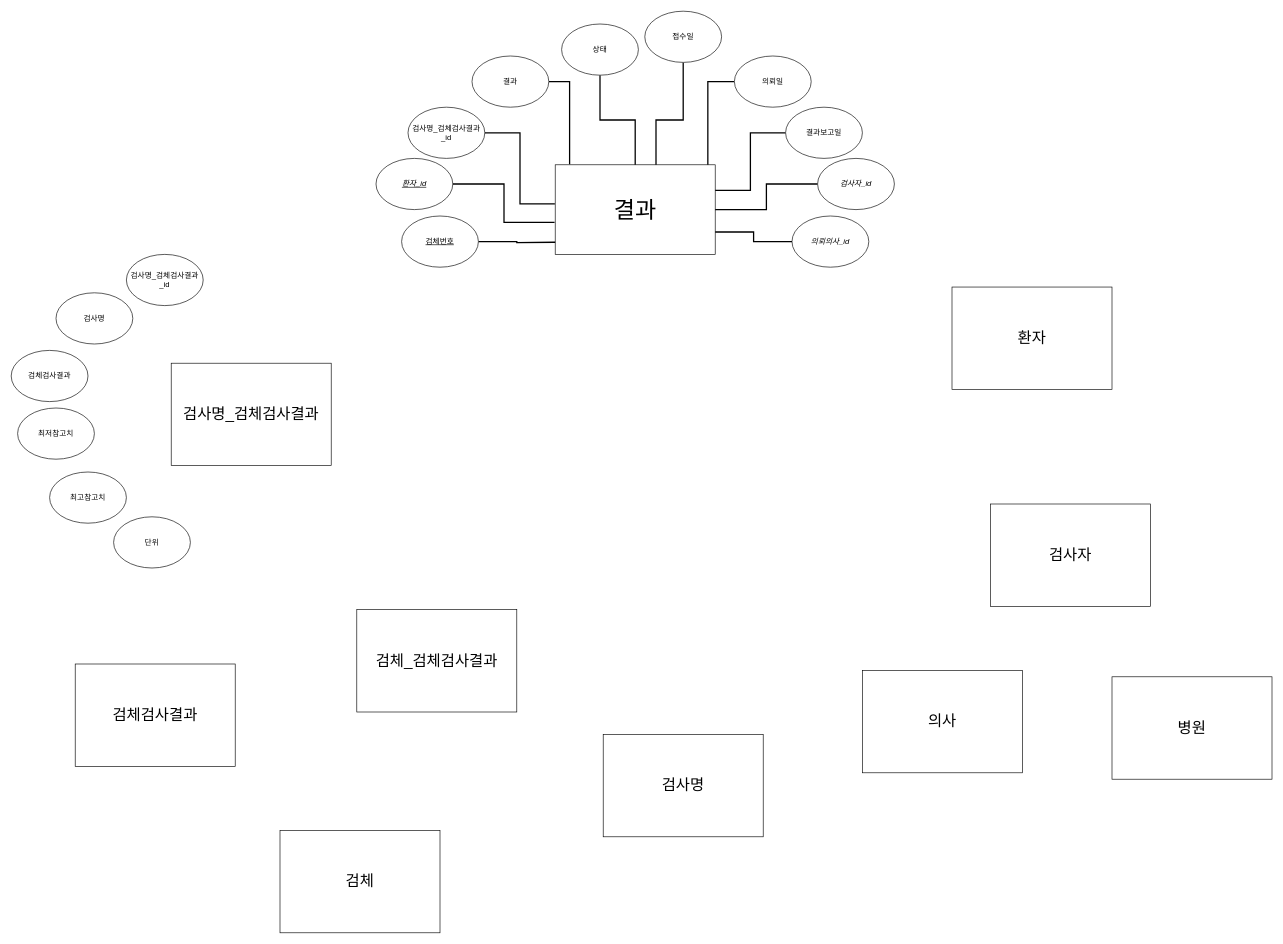
Above: file/20210613_의무기록 ERD모델링.drawio in surim-wang/MNIST (draw.io), before the change. Source tidied: cells renumbered, new cells numbered last; positions are measured from the earlier drawing's top-left corner, leaving out a move shared by most shapes. Both pictures are drawn from the tidied source at 64%, with x=0, y=0 at pixel (11, 11).
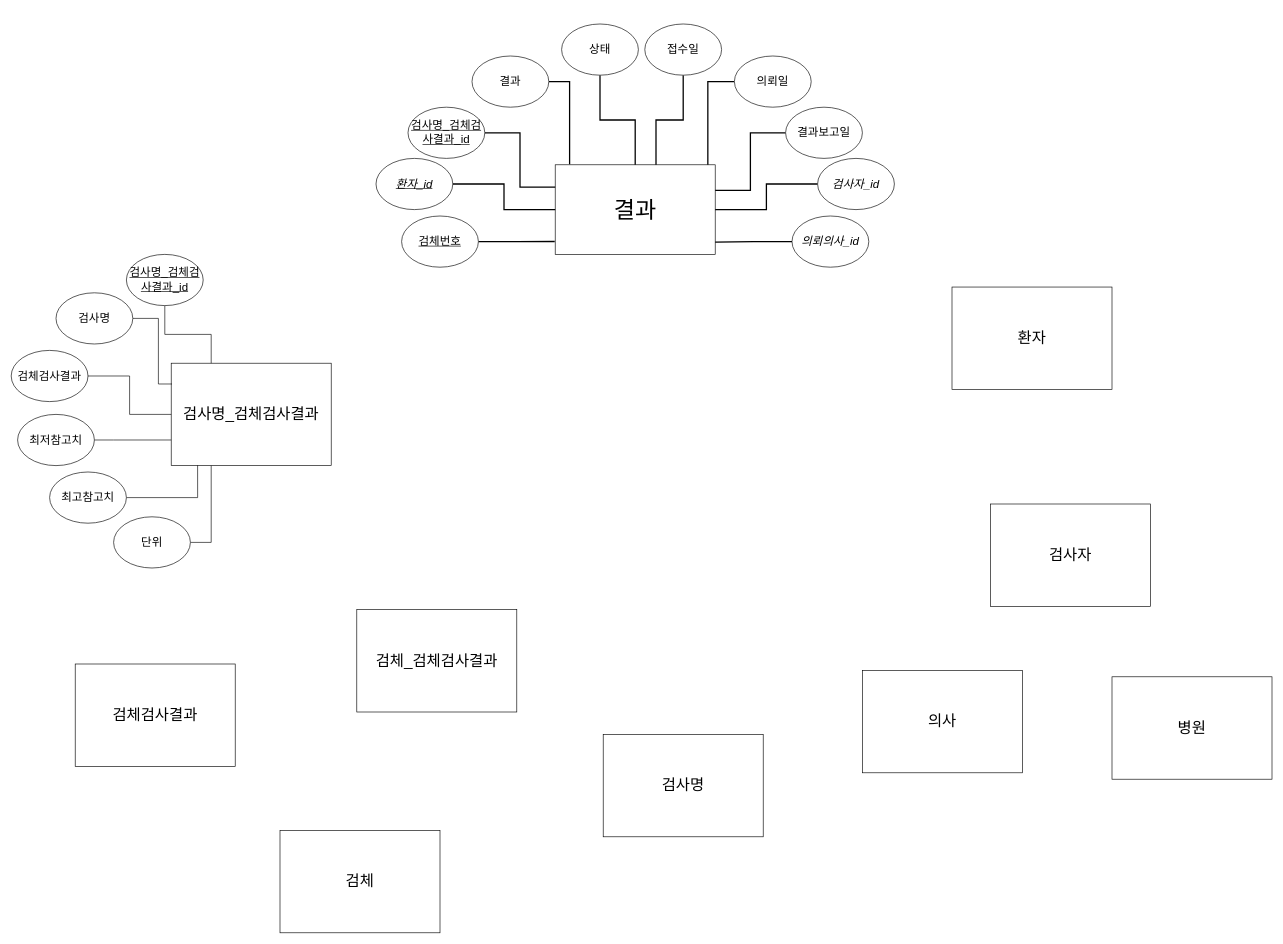
After the change.

Commit message:
Update 20210613_의무기록 ERD모델링.drawio

The change refers to these unchanged cells:
```xml
<mxCell id="2" value="&lt;font style=&quot;font-size: 36px&quot;&gt;결과&lt;/font&gt;" style="rounded=0;whiteSpace=wrap;html=1;" parent="1" vertex="1">
  <mxGeometry x="850" y="240" width="250" height="140" as="geometry" />
</mxCell>
<mxCell id="23" value="&lt;font style=&quot;font-size: 24px&quot;&gt;검사명_검체검사결과&lt;/font&gt;" style="rounded=0;whiteSpace=wrap;html=1;" parent="1" vertex="1">
  <mxGeometry x="250" y="550" width="250" height="160" as="geometry" />
</mxCell>
```

Change to the diagram source:
```diff
@@
-    <mxCell id="3" style="edgeStyle=orthogonalEdgeStyle;rounded=0;jettySize=auto;html=1;entryX=1;entryY=0.5;entryDx=0;entryDy=0;endArrow=none;endFill=0;strokeWidth=2;" parent="1" edge="1" source="4" target="2">
+    <mxCell id="3" style="edgeStyle=orthogonalEdgeStyle;rounded=0;jettySize=auto;html=1;endArrow=none;endFill=0;strokeWidth=2;entryX=1;entryY=0.5;entryDx=0;entryDy=0;" parent="1" edge="1" source="4" target="2">
       <mxGeometry relative="1" as="geometry" />
     </mxCell>
-    <mxCell id="4" value="&lt;i&gt;검사자_id&lt;/i&gt;" style="ellipse;whiteSpace=wrap;html=1;" parent="1" vertex="1">
+    <mxCell id="4" value="&lt;i style=&quot;font-size: 18px;&quot;&gt;검사자_id&lt;/i&gt;" style="ellipse;whiteSpace=wrap;html=1;fontSize=18;" parent="1" vertex="1">
       <mxGeometry x="1260" y="230" width="120" height="80" as="geometry" />
     </mxCell>
-    <mxCell id="5" style="edgeStyle=orthogonalEdgeStyle;rounded=0;jettySize=auto;html=1;endArrow=none;endFill=0;strokeWidth=2;entryX=1;entryY=0.75;entryDx=0;entryDy=0;" parent="1" edge="1" source="6" target="2">
+    <mxCell id="5" style="edgeStyle=orthogonalEdgeStyle;rounded=0;jettySize=auto;html=1;endArrow=none;endFill=0;strokeWidth=2;entryX=1;entryY=0.863;entryDx=0;entryDy=0;entryPerimeter=0;" parent="1" edge="1" source="6" target="2">
       <mxGeometry relative="1" as="geometry" />
     </mxCell>
-    <mxCell id="6" value="&lt;i&gt;의뢰의사_id&lt;/i&gt;" style="ellipse;whiteSpace=wrap;html=1;" parent="1" vertex="1">
+    <mxCell id="6" value="&lt;i style=&quot;font-size: 18px;&quot;&gt;의뢰의사_id&lt;/i&gt;" style="ellipse;whiteSpace=wrap;html=1;fontSize=18;" parent="1" vertex="1">
       <mxGeometry x="1220" y="320" width="120" height="80" as="geometry" />
     </mxCell>
@@
-    <mxCell id="8" value="결과보고일" style="ellipse;whiteSpace=wrap;html=1;" parent="1" vertex="1">
+    <mxCell id="8" value="결과보고일" style="ellipse;whiteSpace=wrap;html=1;fontSize=18;" parent="1" vertex="1">
       <mxGeometry x="1210" y="150" width="120" height="80" as="geometry" />
     </mxCell>
-    <mxCell id="9" style="edgeStyle=orthogonalEdgeStyle;rounded=0;jettySize=auto;html=1;endArrow=none;endFill=0;strokeWidth=2;entryX=0.954;entryY=0;entryDx=0;entryDy=0;entryPerimeter=0;" parent="1" edge="1" source="10" target="2">
+    <mxCell id="9" style="edgeStyle=orthogonalEdgeStyle;rounded=0;jettySize=auto;html=1;endArrow=none;endFill=0;strokeWidth=2;entryX=0.954;entryY=0;entryDx=0;entryDy=0;entryPerimeter=0;fontSize=18;" parent="1" edge="1" source="10" target="2">
       <mxGeometry relative="1" as="geometry" />
     </mxCell>
-    <mxCell id="10" value="의뢰일" style="ellipse;whiteSpace=wrap;html=1;" parent="1" vertex="1">
+    <mxCell id="10" value="의뢰일" style="ellipse;whiteSpace=wrap;html=1;fontSize=18;" parent="1" vertex="1">
       <mxGeometry x="1130" y="70" width="120" height="80" as="geometry" />
     </mxCell>
-    <mxCell id="11" style="edgeStyle=orthogonalEdgeStyle;rounded=0;jettySize=auto;html=1;entryX=0.63;entryY=0;entryDx=0;entryDy=0;endArrow=none;endFill=0;strokeWidth=2;entryPerimeter=0;" parent="1" edge="1" source="12" target="2">
+    <mxCell id="11" style="edgeStyle=orthogonalEdgeStyle;rounded=0;jettySize=auto;html=1;entryX=0.63;entryY=0;entryDx=0;entryDy=0;endArrow=none;endFill=0;strokeWidth=2;entryPerimeter=0;fontSize=18;" parent="1" edge="1" source="12" target="2">
       <mxGeometry relative="1" as="geometry">
         <Array as="points">
           <mxPoint x="1050" y="170" />
           <mxPoint x="1008" y="170" />
         </Array>
       </mxGeometry>
     </mxCell>
-    <mxCell id="12" value="접수일" style="ellipse;whiteSpace=wrap;html=1;" parent="1" vertex="1">
-      <mxGeometry x="990" width="120" height="80" as="geometry" />
+    <mxCell id="12" value="접수일" style="ellipse;whiteSpace=wrap;html=1;fontSize=18;" parent="1" vertex="1">
+      <mxGeometry x="990" y="20" width="120" height="80" as="geometry" />
     </mxCell>
-    <mxCell id="13" style="edgeStyle=orthogonalEdgeStyle;rounded=0;jettySize=auto;html=1;endArrow=none;endFill=0;strokeWidth=2;" parent="1" edge="1" source="14" target="2">
+    <mxCell id="13" style="edgeStyle=orthogonalEdgeStyle;rounded=0;jettySize=auto;html=1;endArrow=none;endFill=0;strokeWidth=2;fontSize=18;" parent="1" edge="1" source="14" target="2">
       <mxGeometry relative="1" as="geometry" />
     </mxCell>
-    <mxCell id="14" value="상태" style="ellipse;whiteSpace=wrap;html=1;" parent="1" vertex="1">
+    <mxCell id="14" value="상태" style="ellipse;whiteSpace=wrap;html=1;fontSize=18;" parent="1" vertex="1">
       <mxGeometry x="860" y="20" width="120" height="80" as="geometry" />
     </mxCell>
-    <mxCell id="15" style="edgeStyle=orthogonalEdgeStyle;rounded=0;jettySize=auto;html=1;entryX=0.09;entryY=-0.006;entryDx=0;entryDy=0;entryPerimeter=0;endArrow=none;endFill=0;strokeWidth=2;" parent="1" edge="1" source="16" target="2">
+    <mxCell id="15" style="edgeStyle=orthogonalEdgeStyle;rounded=0;jettySize=auto;html=1;entryX=0.09;entryY=-0.006;entryDx=0;entryDy=0;entryPerimeter=0;endArrow=none;endFill=0;strokeWidth=2;fontSize=18;" parent="1" edge="1" source="16" target="2">
       <mxGeometry relative="1" as="geometry" />
     </mxCell>
-    <mxCell id="16" value="결과" style="ellipse;whiteSpace=wrap;html=1;" parent="1" vertex="1">
+    <mxCell id="16" value="결과" style="ellipse;whiteSpace=wrap;html=1;fontSize=18;" parent="1" vertex="1">
       <mxGeometry x="720" y="70" width="120" height="80" as="geometry" />
     </mxCell>
-    <mxCell id="17" style="edgeStyle=orthogonalEdgeStyle;rounded=0;jettySize=auto;html=1;entryX=-0.002;entryY=0.437;entryDx=0;entryDy=0;entryPerimeter=0;endArrow=none;endFill=0;strokeWidth=2;" parent="1" edge="1" source="18" target="2">
+    <mxCell id="17" style="edgeStyle=orthogonalEdgeStyle;rounded=0;jettySize=auto;html=1;endArrow=none;endFill=0;strokeWidth=2;entryX=0;entryY=0.25;entryDx=0;entryDy=0;" parent="1" edge="1" source="18" target="2">
       <mxGeometry relative="1" as="geometry" />
     </mxCell>
-    <mxCell id="18" value="검사명_검체검사결과_id" style="ellipse;whiteSpace=wrap;html=1;" parent="1" vertex="1">
+    <mxCell id="18" value="검사명_검체검사결과_id" style="ellipse;whiteSpace=wrap;html=1;fontSize=18;fontStyle=4;" parent="1" vertex="1">
       <mxGeometry x="620" y="150" width="120" height="80" as="geometry" />
     </mxCell>
-    <mxCell id="19" style="edgeStyle=orthogonalEdgeStyle;rounded=0;jettySize=auto;html=1;entryX=-0.004;entryY=0.643;entryDx=0;entryDy=0;entryPerimeter=0;endArrow=none;endFill=0;strokeWidth=2;" parent="1" edge="1" source="20" target="2">
+    <mxCell id="19" style="edgeStyle=orthogonalEdgeStyle;rounded=0;jettySize=auto;html=1;entryX=0;entryY=0.5;entryDx=0;entryDy=0;endArrow=none;endFill=0;strokeWidth=2;" parent="1" edge="1" source="20" target="2">
       <mxGeometry relative="1" as="geometry" />
     </mxCell>
-    <mxCell id="20" value="&lt;u&gt;&lt;i&gt;환자_id&lt;/i&gt;&lt;/u&gt;" style="ellipse;whiteSpace=wrap;html=1;" parent="1" vertex="1">
+    <mxCell id="20" value="&lt;u style=&quot;font-size: 18px;&quot;&gt;&lt;i style=&quot;font-size: 18px;&quot;&gt;환자_id&lt;/i&gt;&lt;/u&gt;" style="ellipse;whiteSpace=wrap;html=1;fontSize=18;" parent="1" vertex="1">
       <mxGeometry x="570" y="230" width="120" height="80" as="geometry" />
     </mxCell>
-    <mxCell id="21" style="edgeStyle=orthogonalEdgeStyle;rounded=0;jettySize=auto;html=1;endArrow=none;endFill=0;strokeWidth=2;" parent="1" edge="1" source="22">
-      <mxGeometry relative="1" as="geometry">
-        <mxPoint x="850" y="361" as="targetPoint" />
-      </mxGeometry>
+    <mxCell id="21" style="edgeStyle=orthogonalEdgeStyle;rounded=0;jettySize=auto;html=1;endArrow=none;endFill=0;strokeWidth=2;entryX=-0.003;entryY=0.856;entryDx=0;entryDy=0;entryPerimeter=0;" parent="1" edge="1" source="22" target="2">
+      <mxGeometry relative="1" as="geometry" />
     </mxCell>
-    <mxCell id="22" value="&lt;u&gt;검체번호&lt;/u&gt;" style="ellipse;whiteSpace=wrap;html=1;" parent="1" vertex="1">
+    <mxCell id="22" value="&lt;u style=&quot;font-size: 18px;&quot;&gt;검체번호&lt;/u&gt;" style="ellipse;whiteSpace=wrap;html=1;fontSize=18;" parent="1" vertex="1">
       <mxGeometry x="610" y="320" width="120" height="80" as="geometry" />
     </mxCell>
@@
+    <mxCell id="38" style="edgeStyle=orthogonalEdgeStyle;rounded=0;jettySize=auto;html=1;entryX=0.25;entryY=0;entryDx=0;entryDy=0;fontSize=18;endArrow=none;endFill=0;" parent="1" edge="1" source="24" target="23">
+      <mxGeometry relative="1" as="geometry" />
+    </mxCell>
-    <mxCell id="24" value="검사명_검체검사결과_id" style="ellipse;whiteSpace=wrap;html=1;" parent="1" vertex="1">
+    <mxCell id="24" value="검사명_검체검사결과_id" style="ellipse;whiteSpace=wrap;html=1;fontSize=18;fontStyle=4;" parent="1" vertex="1">
       <mxGeometry x="180" y="380" width="120" height="80" as="geometry" />
     </mxCell>
+    <mxCell id="39" style="edgeStyle=orthogonalEdgeStyle;rounded=0;jettySize=auto;html=1;exitX=1;exitY=0.5;exitDx=0;exitDy=0;entryX=0.25;entryY=1;entryDx=0;entryDy=0;fontSize=18;endArrow=none;endFill=0;" parent="1" edge="1" source="25" target="23">
+      <mxGeometry relative="1" as="geometry" />
+    </mxCell>
-    <mxCell id="25" value="단위" style="ellipse;whiteSpace=wrap;html=1;" parent="1" vertex="1">
+    <mxCell id="25" value="단위" style="ellipse;whiteSpace=wrap;html=1;fontSize=18;" parent="1" vertex="1">
       <mxGeometry x="160" y="790" width="120" height="80" as="geometry" />
     </mxCell>
+    <mxCell id="40" style="edgeStyle=orthogonalEdgeStyle;rounded=0;jettySize=auto;html=1;fontSize=18;endArrow=none;endFill=0;entryX=0.165;entryY=0.997;entryDx=0;entryDy=0;entryPerimeter=0;" parent="1" edge="1" source="26" target="23">
+      <mxGeometry relative="1" as="geometry" />
+    </mxCell>
-    <mxCell id="26" value="최고참고치" style="ellipse;whiteSpace=wrap;html=1;" parent="1" vertex="1">
+    <mxCell id="26" value="최고참고치" style="ellipse;whiteSpace=wrap;html=1;fontSize=18;" parent="1" vertex="1">
       <mxGeometry x="60" y="720" width="120" height="80" as="geometry" />
     </mxCell>
+    <mxCell id="41" style="edgeStyle=orthogonalEdgeStyle;rounded=0;jettySize=auto;html=1;entryX=0;entryY=0.75;entryDx=0;entryDy=0;fontSize=18;endArrow=none;endFill=0;" parent="1" edge="1" source="27" target="23">
+      <mxGeometry relative="1" as="geometry">
+        <Array as="points">
+          <mxPoint x="160" y="670" />
+          <mxPoint x="160" y="670" />
+        </Array>
+      </mxGeometry>
+    </mxCell>
-    <mxCell id="27" value="최저참고치" style="ellipse;whiteSpace=wrap;html=1;" parent="1" vertex="1">
-      <mxGeometry x="10" y="620" width="120" height="80" as="geometry" />
+    <mxCell id="27" value="최저참고치" style="ellipse;whiteSpace=wrap;html=1;fontSize=18;" parent="1" vertex="1">
+      <mxGeometry x="10" y="630" width="120" height="80" as="geometry" />
     </mxCell>
+    <mxCell id="42" style="edgeStyle=orthogonalEdgeStyle;rounded=0;jettySize=auto;html=1;entryX=0;entryY=0.5;entryDx=0;entryDy=0;fontSize=18;endArrow=none;endFill=0;" parent="1" edge="1" source="28" target="23">
+      <mxGeometry relative="1" as="geometry" />
+    </mxCell>
-    <mxCell id="28" value="검체검사결과" style="ellipse;whiteSpace=wrap;html=1;" parent="1" vertex="1">
+    <mxCell id="28" value="검체검사결과" style="ellipse;whiteSpace=wrap;html=1;fontSize=18;" parent="1" vertex="1">
       <mxGeometry y="530" width="120" height="80" as="geometry" />
     </mxCell>
+    <mxCell id="43" style="edgeStyle=orthogonalEdgeStyle;rounded=0;jettySize=auto;html=1;entryX=0.005;entryY=0.203;entryDx=0;entryDy=0;entryPerimeter=0;fontSize=18;endArrow=none;endFill=0;" parent="1" edge="1" source="29" target="23">
+      <mxGeometry relative="1" as="geometry">
+        <Array as="points">
+          <mxPoint x="230" y="480" />
+          <mxPoint x="230" y="582" />
+        </Array>
+      </mxGeometry>
+    </mxCell>
-    <mxCell id="29" value="검사명" style="ellipse;whiteSpace=wrap;html=1;" parent="1" vertex="1">
+    <mxCell id="29" value="검사명" style="ellipse;whiteSpace=wrap;html=1;fontSize=18;" parent="1" vertex="1">
       <mxGeometry x="70" y="440" width="120" height="80" as="geometry" />
     </mxCell>
```
